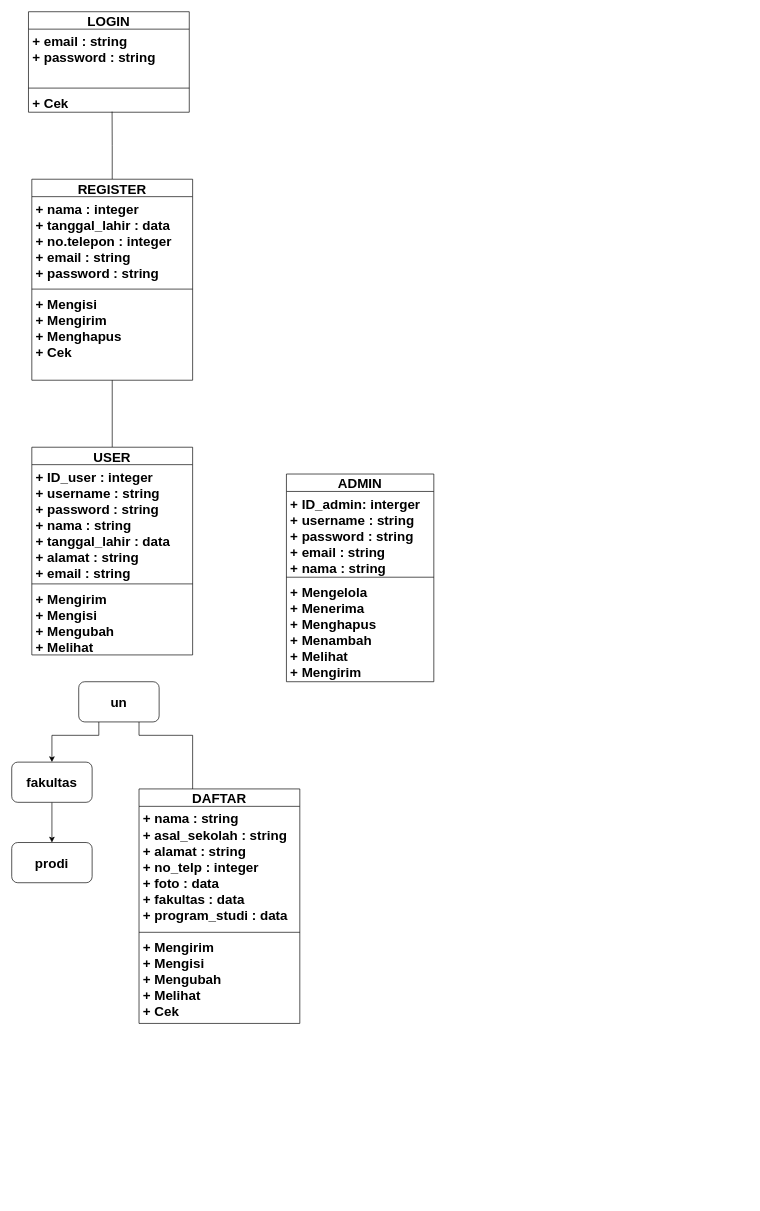
This is page "Page-3" (3 of 4) of pertemuan 12.drawio from dickisepto/Latihan-GIT, a draw.io file, before an edit. Source tidied: cells renumbered, new cells numbered last; positions are measured from the earlier drawing's top-left corner, leaving out a move shared by most shapes. Both pictures are drawn from the tidied source at 67%, with x=0, y=0 at pixel (11, 11).
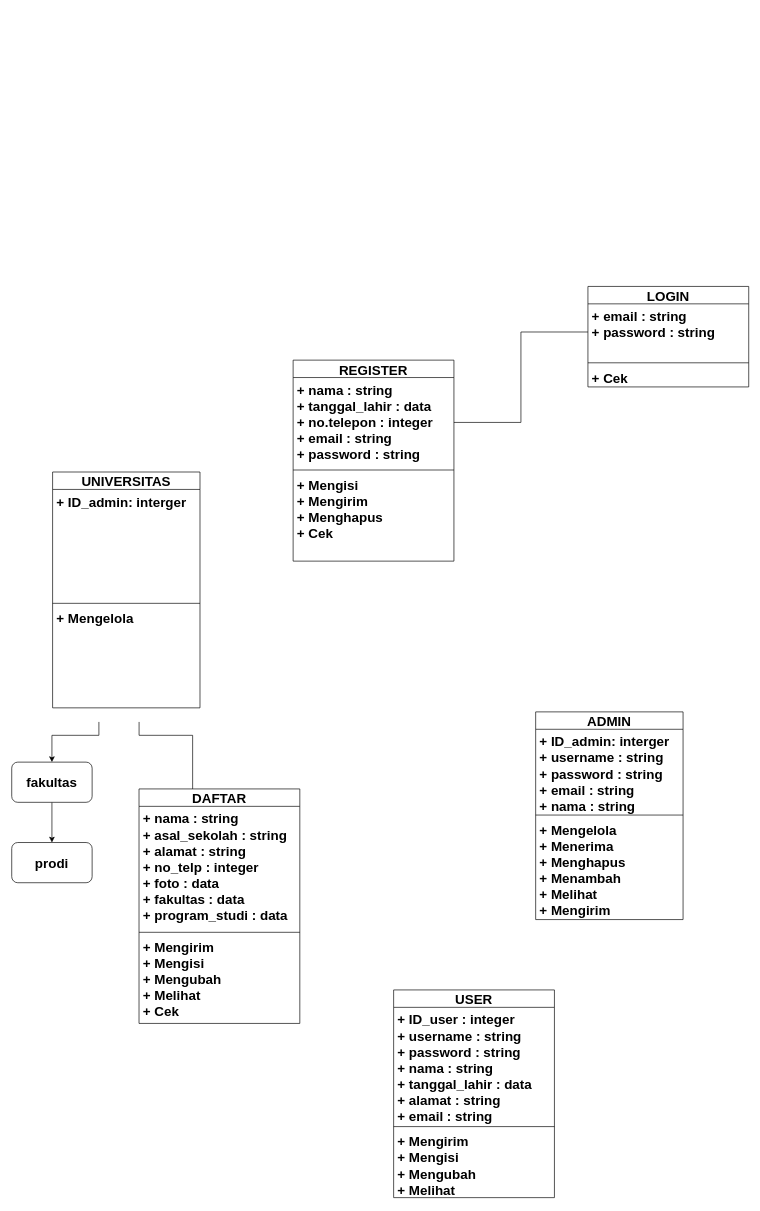
After the change.

The change refers to these unchanged cells:
```xml
<mxCell id="6" value="fakultas" style="rounded=1;whiteSpace=wrap;html=1;fontSize=20;fontStyle=1;" parent="1" vertex="1">
  <mxGeometry y="1120" width="120" height="60" as="geometry" />
</mxCell>
<mxCell id="12" value="+ Mengisi &#10;+ Mengirim&#10;+ Menghapus&#10;+ Cek&#10;" style="text;strokeColor=none;fillColor=none;align=left;verticalAlign=top;spacingLeft=4;spacingRight=4;overflow=hidden;points=[[0,0.5],[1,0.5]];portConstraint=eastwest;fontSize=20;fontStyle=1;" parent="9" vertex="1">
  <mxGeometry y="168" width="240" height="132" as="geometry" />
</mxCell>
<mxCell id="27" value="+ email : string&#10;+ password : string&#10;" style="text;strokeColor=none;fillColor=none;align=left;verticalAlign=top;spacingLeft=4;spacingRight=4;overflow=hidden;points=[[0,0.5],[1,0.5]];portConstraint=eastwest;fontSize=20;fontStyle=1;" parent="26" vertex="1">
  <mxGeometry y="26" width="240" height="84" as="geometry" />
</mxCell>
<mxCell id="29" value="+ Cek&#10;" style="text;strokeColor=none;fillColor=none;align=left;verticalAlign=top;spacingLeft=4;spacingRight=4;overflow=hidden;points=[[0,0.5],[1,0.5]];portConstraint=eastwest;fontSize=20;fontStyle=1;" parent="26" vertex="1">
  <mxGeometry y="118" width="240" height="32" as="geometry" />
</mxCell>
```

What changed in the source:
```diff
@@
-    <mxCell id="2" style="edgeStyle=orthogonalEdgeStyle;rounded=0;jettySize=auto;html=1;fontSize=20;fontStyle=1;" parent="1" edge="1" source="4" target="6">
+    <mxCell id="2" style="edgeStyle=orthogonalEdgeStyle;rounded=0;jettySize=auto;html=1;fontSize=20;fontStyle=1;" parent="1" edge="1" target="6">
       <mxGeometry relative="1" as="geometry">
+        <mxPoint x="130.1" y="1060" as="sourcePoint" />
         <Array as="points">
           <mxPoint x="130" y="1080" />
           <mxPoint x="60" y="1080" />
         </Array>
       </mxGeometry>
     </mxCell>
-    <mxCell id="3" style="edgeStyle=orthogonalEdgeStyle;rounded=0;jettySize=auto;html=1;fontSize=20;fontStyle=1;endArrow=none;endFill=0;" parent="1" edge="1" source="4">
+    <mxCell id="3" style="edgeStyle=orthogonalEdgeStyle;rounded=0;orthogonalLoop=1;jettySize=auto;html=1;fontSize=20;fontStyle=1;endArrow=none;endFill=0;" parent="1" edge="1">
       <mxGeometry relative="1" as="geometry">
+        <mxPoint x="190.1" y="1060" as="sourcePoint" />
         <mxPoint x="270" y="1160" as="targetPoint" />
         <Array as="points">
           <mxPoint x="190" y="1080" />
           <mxPoint x="270" y="1080" />
         </Array>
       </mxGeometry>
     </mxCell>
-    <mxCell id="4" value="un" style="rounded=1;whiteSpace=wrap;html=1;fontSize=20;fontStyle=1;" parent="1" vertex="1">
-      <mxGeometry x="100" y="1000" width="120" height="60" as="geometry" />
-    </mxCell>
@@
-    <mxCell id="8" style="edgeStyle=orthogonalEdgeStyle;rounded=0;jettySize=auto;html=1;entryX=0.52;entryY=0.974;entryDx=0;entryDy=0;entryPerimeter=0;endArrow=none;endFill=0;" parent="1" edge="1" source="9" target="29">
-      <mxGeometry relative="1" as="geometry" />
-    </mxCell>
     <mxCell id="9" value="REGISTER" style="swimlane;fontStyle=1;align=center;verticalAlign=middle;horizontal=1;startSize=26;fontSize=20;" parent="1" vertex="1">
-      <mxGeometry x="30" y="250" width="240" height="300" as="geometry" />
+      <mxGeometry x="420" y="520" width="240" height="300" as="geometry" />
     </mxCell>
-    <mxCell id="10" value="+ nama : integer&#10;+ tanggal_lahir : data&#10;+ no.telepon : integer&#10;+ email : string&#10;+ password : string&#10;" style="text;strokeColor=none;fillColor=none;align=left;verticalAlign=top;spacingLeft=4;spacingRight=4;overflow=hidden;points=[[0,0.5],[1,0.5]];portConstraint=eastwest;fontSize=20;fontStyle=1;" parent="9" vertex="1">
+    <mxCell id="10" value="+ nama : string&#10;+ tanggal_lahir : data&#10;+ no.telepon : integer&#10;+ email : string&#10;+ password : string&#10;" style="text;strokeColor=none;fillColor=none;align=left;verticalAlign=top;spacingLeft=4;spacingRight=4;overflow=hidden;points=[[0,0.5],[1,0.5]];portConstraint=eastwest;fontSize=20;fontStyle=1;" parent="9" vertex="1">
       <mxGeometry y="26" width="240" height="134" as="geometry" />
     </mxCell>
@@
     <mxCell id="17" value="ADMIN" style="swimlane;fontStyle=1;align=center;verticalAlign=middle;horizontal=1;startSize=26;fontSize=20;" parent="1" vertex="1">
-      <mxGeometry x="410" y="690" width="220" height="310" as="geometry" />
+      <mxGeometry x="782" y="1045" width="220" height="310" as="geometry" />
     </mxCell>
@@
-    <mxCell id="21" style="edgeStyle=orthogonalEdgeStyle;rounded=0;jettySize=auto;html=1;entryX=0.5;entryY=1;entryDx=0;entryDy=0;entryPerimeter=0;endArrow=none;endFill=0;" parent="1" edge="1" source="22" target="12">
-      <mxGeometry relative="1" as="geometry" />
-    </mxCell>
     <mxCell id="22" value="USER" style="swimlane;fontStyle=1;align=center;verticalAlign=middle;horizontal=1;startSize=26;fontSize=20;" parent="1" vertex="1">
-      <mxGeometry x="30" y="650" width="240" height="310" as="geometry" />
+      <mxGeometry x="570" y="1460" width="240" height="310" as="geometry" />
     </mxCell>
@@
     <mxCell id="26" value="LOGIN" style="swimlane;fontStyle=1;align=center;verticalAlign=middle;horizontal=1;startSize=26;fontSize=20;" parent="1" vertex="1">
-      <mxGeometry x="25" width="240" height="150" as="geometry" />
+      <mxGeometry x="860" y="410" width="240" height="150" as="geometry" />
     </mxCell>
@@
+    <mxCell id="30" style="edgeStyle=orthogonalEdgeStyle;rounded=0;jettySize=auto;html=1;endArrow=none;endFill=0;" parent="1" edge="1" source="10" target="27">
+      <mxGeometry relative="1" as="geometry" />
+    </mxCell>
+    <mxCell id="31" value="UNIVERSITAS" style="swimlane;fontStyle=1;align=center;verticalAlign=middle;horizontal=1;startSize=26;fontSize=20;" parent="1" vertex="1">
+      <mxGeometry x="61" y="687" width="220" height="352" as="geometry" />
+    </mxCell>
+    <mxCell id="32" value="+ ID_admin: interger&#10;&#10;" style="text;strokeColor=none;fillColor=none;align=left;verticalAlign=top;spacingLeft=4;spacingRight=4;overflow=hidden;fontSize=20;fontStyle=1;" parent="31" vertex="1">
+      <mxGeometry y="26" width="220" height="166" as="geometry" />
+    </mxCell>
+    <mxCell id="33" style="line;strokeWidth=1;fillColor=none;align=left;verticalAlign=middle;spacingTop=-1;spacingLeft=3;spacingRight=3;labelPosition=right;fontSize=20;fontStyle=1;" parent="31" vertex="1">
+      <mxGeometry y="192" width="220" height="8" as="geometry" />
+    </mxCell>
+    <mxCell id="34" value="+ Mengelola&#10;&#10;" style="text;strokeColor=none;fillColor=none;align=left;verticalAlign=top;spacingLeft=4;spacingRight=4;overflow=hidden;fontSize=20;fontStyle=1;" parent="31" vertex="1">
+      <mxGeometry y="200" width="220" height="152" as="geometry" />
+    </mxCell>
```
